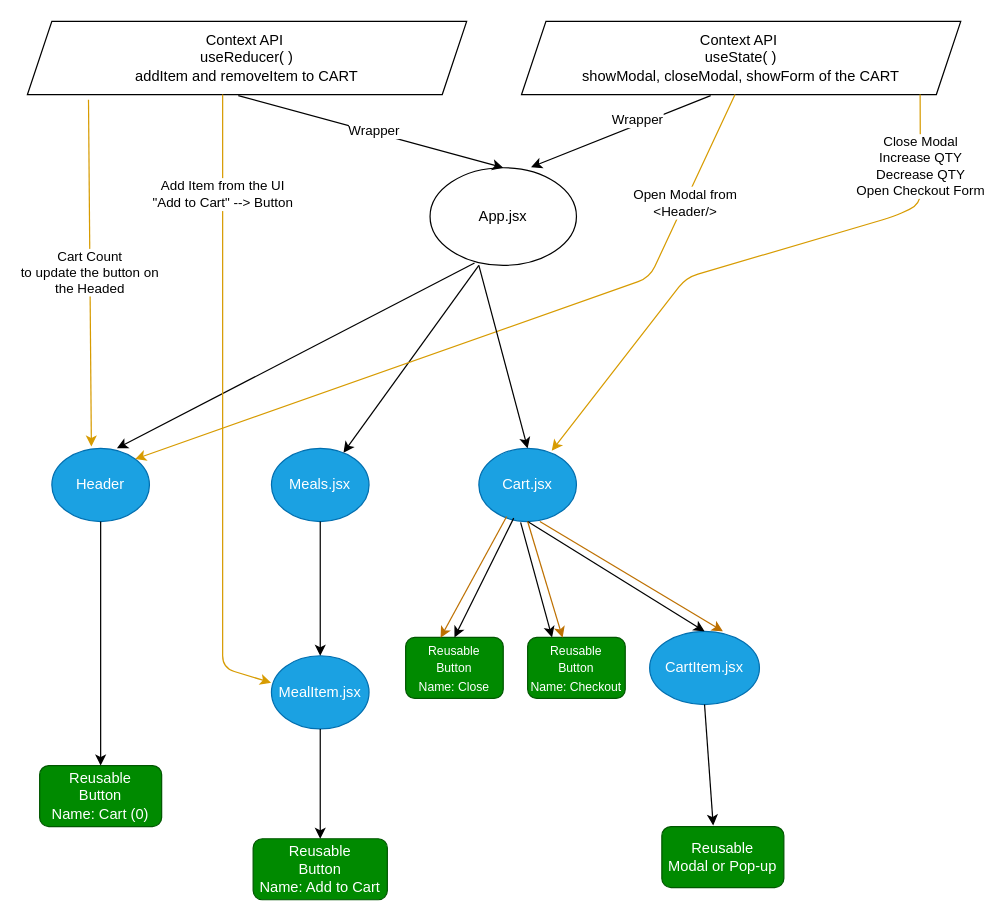
Above: Project-Map/Map.drawio in iamharie/QuickBite-Food-Order-App (draw.io), before the change. Source tidied: cells renumbered, new cells numbered last; positions are measured from the earlier drawing's top-left corner, leaving out a move shared by most shapes. Both pictures are drawn from the tidied source at 122%, with x=0, y=0 at pixel (27, 21).
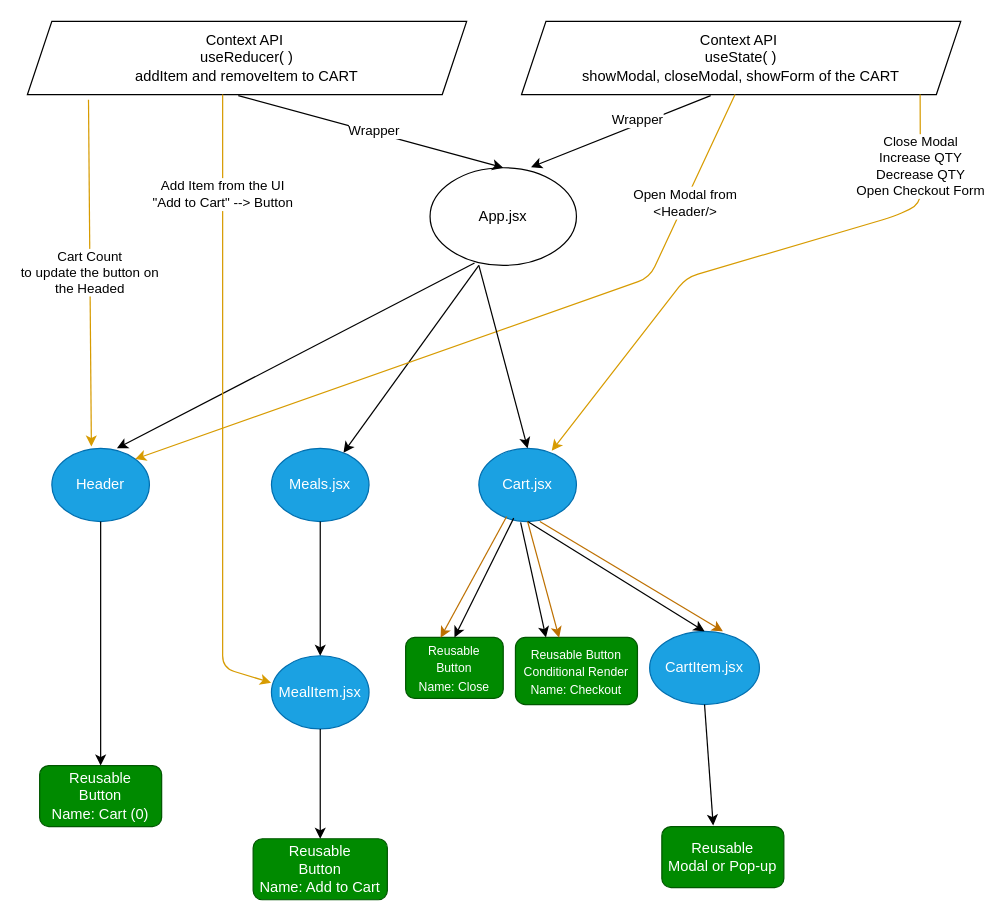
The same diagram, later.

Commit message (it also covers changes not shown here):
Made the Checkout Button to render conditionally based on the cart quantity

Diff of the diagram source:
```diff
@@
-    <mxCell id="29" value="&lt;font style=&quot;font-size: 10px;&quot;&gt;Reusable&lt;br&gt;Button&lt;br&gt;Name: Checkout&lt;/font&gt;" style="rounded=1;whiteSpace=wrap;html=1;fillColor=#008a00;fontColor=#ffffff;strokeColor=#005700;" parent="1" vertex="1">
-      <mxGeometry x="410" y="505" width="80" height="50" as="geometry" />
+    <mxCell id="29" value="&lt;font style=&quot;font-size: 10px;&quot;&gt;Reusable Button&lt;br&gt;Conditional Render&lt;br&gt;Name: Checkout&lt;/font&gt;" style="rounded=1;whiteSpace=wrap;html=1;fillColor=#008a00;fontColor=#ffffff;strokeColor=#005700;" parent="1" vertex="1">
+      <mxGeometry x="400" y="505" width="100" height="55" as="geometry" />
     </mxCell>
```
